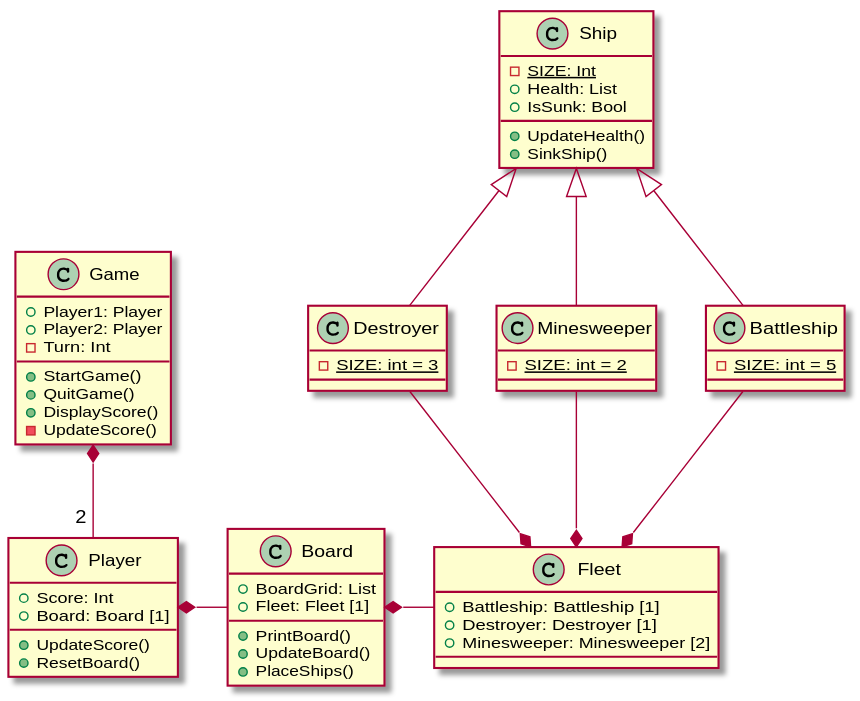
Before: out/BattleshipClass/BattleshipClass.svg, a diagram exported from PlantUML (GudjonIV/T-233-SRAD).
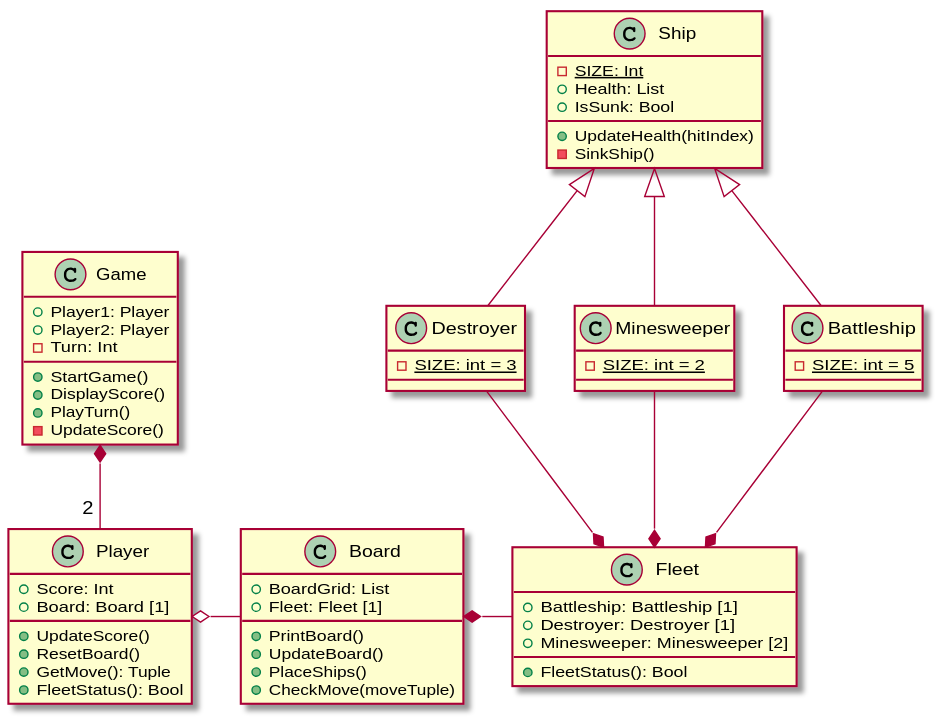
The same diagram one commit later.

Diff of the diagram source:
```diff
@@ -4,8 +4,8 @@
     +Player2: Player
     -Turn: Int
     +StartGame()
-    +QuitGame()
     +DisplayScore()
+    +PlayTurn()
     -UpdateScore()
 }
 
@@ -15,6 +15,7 @@
     +PrintBoard()
     +UpdateBoard()
     +PlaceShips()
+    +CheckMove(moveTuple)
 }
 
 class Player {
@@ -22,14 +23,16 @@
     +Board: Board [1]
     +UpdateScore()
     +ResetBoard()
+    +GetMove(): Tuple
+    +FleetStatus(): Bool
 }
 
 class Ship {
     -{static}SIZE: Int
     +Health: List
     +IsSunk: Bool
-    +UpdateHealth()
-    +SinkShip()
+    +UpdateHealth(hitIndex)
+    -SinkShip()
 }
 
 class Battleship {
@@ -45,13 +48,14 @@
 }
 
 class Fleet {
-    + Battleship: Battleship [1]
-    + Destroyer: Destroyer [1]
-    + Minesweeper: Minesweeper [2]
+    +Battleship: Battleship [1]
+    +Destroyer: Destroyer [1]
+    +Minesweeper: Minesweeper [2]
+    +FleetStatus(): Bool
 }
 
 Player "2 "-down-* Game
-Board -right-* Player
+Board -right-o Player
 Fleet -right-* Board
 
 Battleship --* Fleet
```
